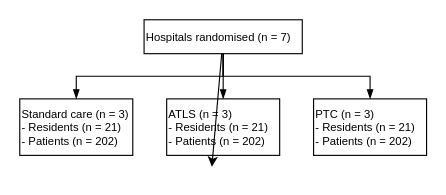
Before: pilot-publication/consort-flow-diagram.drawio in martingerdin/tern-pilot, a draw.io diagram. Source tidied: cells renumbered, new cells numbered last; positions are measured from the earlier drawing's top-left corner, leaving out a move shared by most shapes. Both pictures are drawn from the tidied source at 113%, with x=0, y=0 at pixel (19, 19).
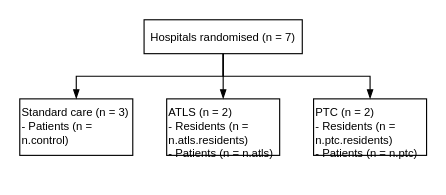
The same page after the edit.

Commit message (it also covers changes not shown here):
Work with consort flow chart

The edit, as a diff of the source:
```diff
@@
 <mxGraphModel background="#ffffff">
   <root>
     <mxCell id="0" />
     <mxCell id="1" parent="0" />
-    <mxCell id="2" style="edgeStyle=none;html=1;fontColor=#000000;" parent="1" edge="1" source="6">
-      <mxGeometry relative="1" as="geometry">
-        <mxPoint x="170" y="130" as="targetPoint" />
-      </mxGeometry>
-    </mxCell>
     <mxCell id="3" style="edgeStyle=orthogonalEdgeStyle;html=1;exitX=0.5;exitY=1;exitDx=0;exitDy=0;entryX=0.5;entryY=0;entryDx=0;entryDy=0;strokeColor=#000000;fontColor=#000000;rounded=0;endArrow=blockThin;endFill=1;" parent="1" edge="1" source="6" target="7">
       <mxGeometry relative="1" as="geometry" />
     </mxCell>
     <mxCell id="4" style="rounded=0;html=1;exitX=0.5;exitY=1;exitDx=0;exitDy=0;entryX=0.5;entryY=0;entryDx=0;entryDy=0;strokeColor=#000000;fontColor=#000000;endArrow=blockThin;endFill=1;edgeStyle=orthogonalEdgeStyle;" parent="1" edge="1" source="6" target="9">
       <mxGeometry relative="1" as="geometry" />
     </mxCell>
     <mxCell id="5" style="edgeStyle=orthogonalEdgeStyle;rounded=0;html=1;exitX=0.5;exitY=1;exitDx=0;exitDy=0;entryX=0.5;entryY=0;entryDx=0;entryDy=0;strokeColor=#000000;fontColor=#000000;endArrow=blockThin;endFill=1;" parent="1" edge="1" source="6" target="8">
       <mxGeometry relative="1" as="geometry" />
     </mxCell>
-    <mxCell id="6" value="&lt;font color=&quot;#000000&quot; style=&quot;font-size: 10px;&quot;&gt;Hospitals randomised (n = 7)&lt;/font&gt;" style="whiteSpace=wrap;html=1;strokeColor=#000000;fillColor=none;align=left;fontSize=10;" parent="1" vertex="1">
+    <mxCell id="6" value="&lt;font color=&quot;#000000&quot; style=&quot;font-size: 10px;&quot;&gt;Hospitals randomised (n = 7)&lt;/font&gt;" style="whiteSpace=wrap;html=1;strokeColor=#000000;fillColor=none;align=center;fontSize=10;" parent="1" vertex="1">
       <mxGeometry x="110" width="140" height="30" as="geometry" />
     </mxCell>
-    <mxCell id="7" value="&lt;font color=&quot;#000000&quot; style=&quot;font-size: 10px;&quot;&gt;Standard care (n = 3)&lt;br style=&quot;font-size: 10px;&quot;&gt;- Residents (n = 21)&lt;br style=&quot;font-size: 10px;&quot;&gt;- Patients (n = 202)&lt;br style=&quot;font-size: 10px;&quot;&gt;&lt;/font&gt;" style="whiteSpace=wrap;html=1;strokeColor=#000000;fillColor=none;align=left;fontSize=10;" parent="1" vertex="1">
+    <mxCell id="7" value="&lt;font color=&quot;#000000&quot; style=&quot;font-size: 10px;&quot;&gt;Standard care (n = 3)&lt;br style=&quot;font-size: 10px;&quot;&gt;- Patients (n = n.control)&lt;br style=&quot;font-size: 10px;&quot;&gt;&lt;/font&gt;" style="whiteSpace=wrap;html=1;strokeColor=#000000;fillColor=none;align=left;fontSize=10;verticalAlign=top;" parent="1" vertex="1">
       <mxGeometry y="70" width="100" height="50" as="geometry" />
     </mxCell>
-    <mxCell id="8" value="&lt;font color=&quot;#000000&quot; style=&quot;font-size: 10px;&quot;&gt;ATLS (n = 3)&lt;br style=&quot;font-size: 10px;&quot;&gt;- Residents (n = 21)&lt;br style=&quot;font-size: 10px;&quot;&gt;- Patients (n = 202)&lt;br style=&quot;font-size: 10px;&quot;&gt;&lt;/font&gt;" style="whiteSpace=wrap;html=1;strokeColor=#000000;fillColor=none;align=left;fontSize=10;" parent="1" vertex="1">
+    <mxCell id="8" value="&lt;font color=&quot;#000000&quot; style=&quot;font-size: 10px;&quot;&gt;ATLS (n = 2)&lt;br style=&quot;font-size: 10px;&quot;&gt;- Residents (n = n.atls.residents)&lt;br style=&quot;font-size: 10px;&quot;&gt;- Patients (n = n.atls)&lt;br style=&quot;font-size: 10px;&quot;&gt;&lt;/font&gt;" style="whiteSpace=wrap;html=1;strokeColor=#000000;fillColor=none;align=left;fontSize=10;verticalAlign=top;labelPosition=center;verticalLabelPosition=middle;" parent="1" vertex="1">
       <mxGeometry x="130" y="70" width="100" height="50" as="geometry" />
     </mxCell>
-    <mxCell id="9" value="&lt;font color=&quot;#000000&quot; style=&quot;font-size: 10px;&quot;&gt;PTC (n = 3)&lt;br style=&quot;font-size: 10px;&quot;&gt;- Residents (n = 21)&lt;br style=&quot;font-size: 10px;&quot;&gt;- Patients (n = 202)&lt;br style=&quot;font-size: 10px;&quot;&gt;&lt;/font&gt;" style="whiteSpace=wrap;html=1;strokeColor=#000000;fillColor=none;align=left;fontSize=10;" parent="1" vertex="1">
+    <mxCell id="9" value="&lt;font color=&quot;#000000&quot; style=&quot;font-size: 10px;&quot;&gt;PTC (n = 2)&lt;br style=&quot;font-size: 10px;&quot;&gt;- Residents (n = n.ptc.residents)&lt;br style=&quot;font-size: 10px;&quot;&gt;- Patients (n = n.ptc)&lt;br style=&quot;font-size: 10px;&quot;&gt;&lt;/font&gt;" style="whiteSpace=wrap;html=1;strokeColor=#000000;fillColor=none;align=left;fontSize=10;verticalAlign=top;" parent="1" vertex="1">
       <mxGeometry x="260" y="70" width="100" height="50" as="geometry" />
     </mxCell>
   </root>
 </mxGraphModel>
```
